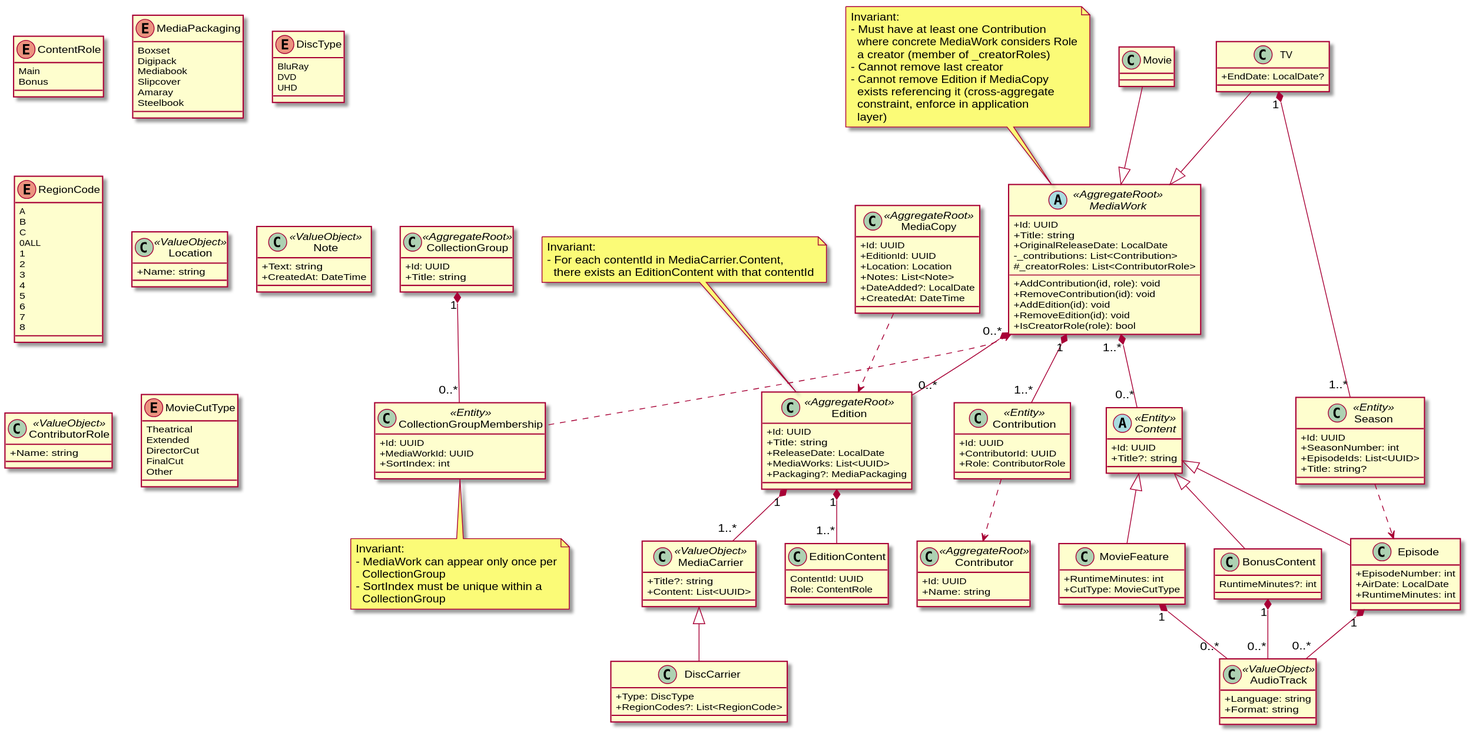
Before: docs/diagrams/domain/domain-all.svg, a diagram exported from PlantUML (yantue/colleq).
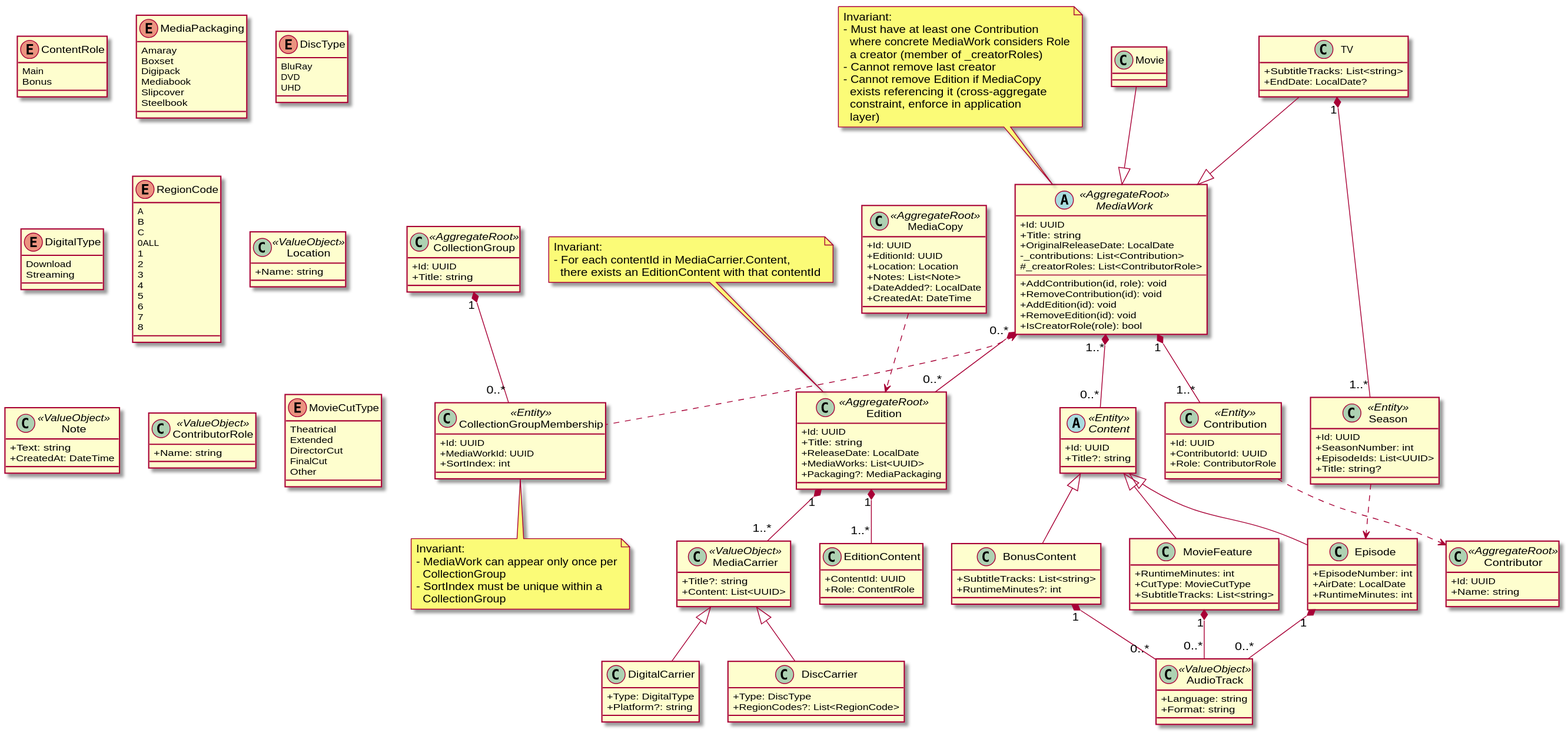
The same diagram one commit later.

What changed in the source:
```diff
@@ -48,8 +48,8 @@
 end note
 
 class EditionContent {
-    ContentId: UUID
-    Role: ContentRole
+    +ContentId: UUID
+    +Role: ContentRole
 }
 
 Edition "1" *-- "1..*" EditionContent
@@ -73,12 +73,19 @@
 
 MediaCarrier <|-- DiscCarrier
 
+class DigitalCarrier {
+    +Type: DigitalType
+    +Platform?: string
+}
+
+MediaCarrier <|-- DigitalCarrier
+
 enum MediaPackaging {
+    Amaray
     Boxset
     Digipack
     Mediabook
     Slipcover
-    Amaray
     Steelbook
 }
 
@@ -86,6 +93,11 @@
     BluRay
     DVD
     UHD
+}
+
+enum DigitalType {
+    Download
+    Streaming
 }
 
 enum RegionCode {
@@ -159,7 +171,8 @@
 MediaWork "1..*" *-- "0..*" Content
 
 class BonusContent {
-    RuntimeMinutes?: int
+    +SubtitleTracks: List<string>
+    +RuntimeMinutes?: int
 }
 
 Content <|-- BonusContent
@@ -183,6 +196,7 @@
 class MovieFeature {
     +RuntimeMinutes: int
     +CutType: MovieCutType
+    +SubtitleTracks: List<string>
 }
 
 enum MovieCutType {
@@ -196,6 +210,7 @@
 Content <|-- MovieFeature
 
 class TV {
+    +SubtitleTracks: List<string>
     +EndDate: LocalDate?
 }
 
```
